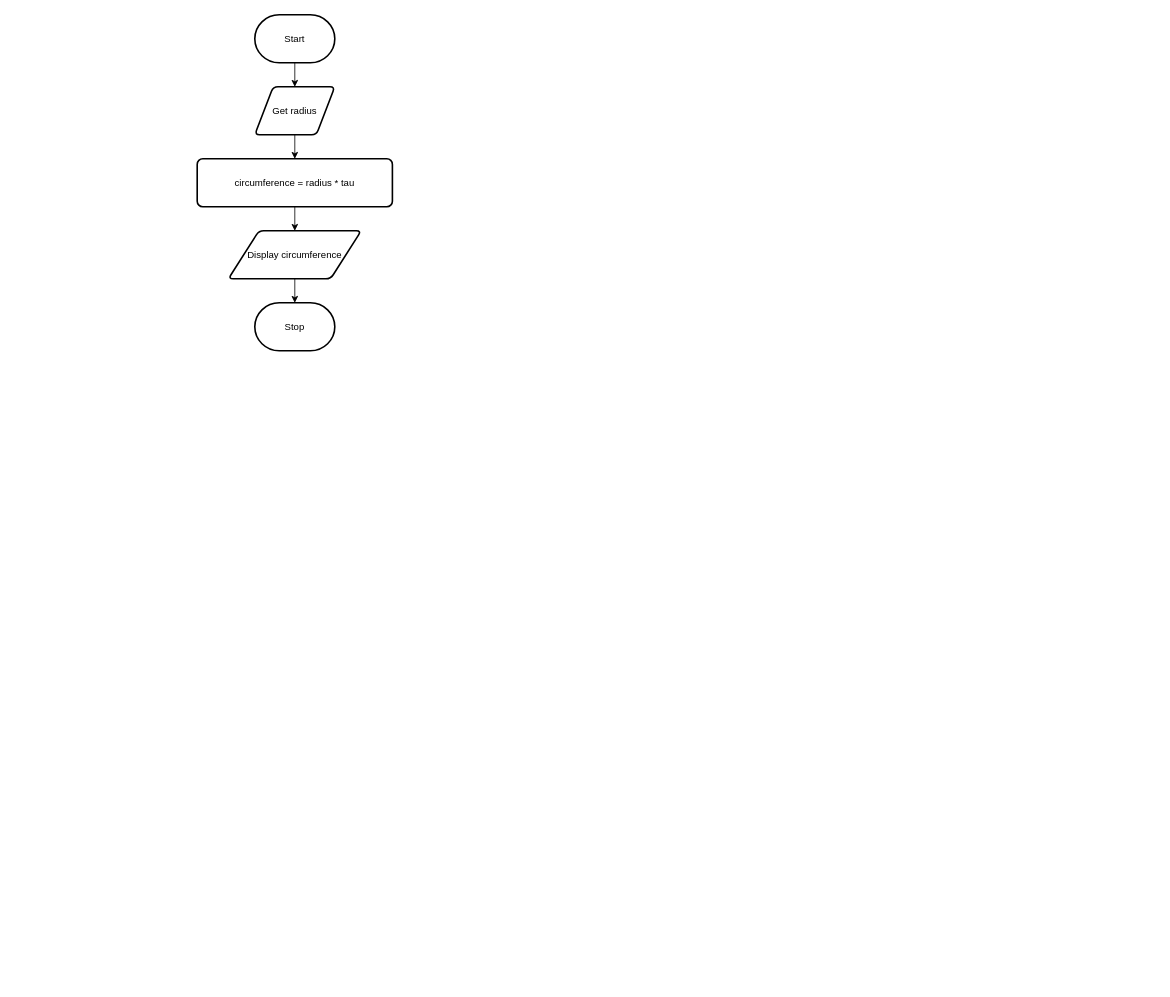
This is page "Flowchart" (1 of 2) of design.drawio from Samuel-Webster-178/ICS3U-Unit5-Unit5-05-Python, a draw.io file, before an edit. Source tidied: cells renumbered, new cells numbered last; positions are measured from the earlier drawing's top-left corner, leaving out a move shared by most shapes. Both pictures are drawn from the tidied source at 80%, with x=0, y=0 at pixel (197, 14).
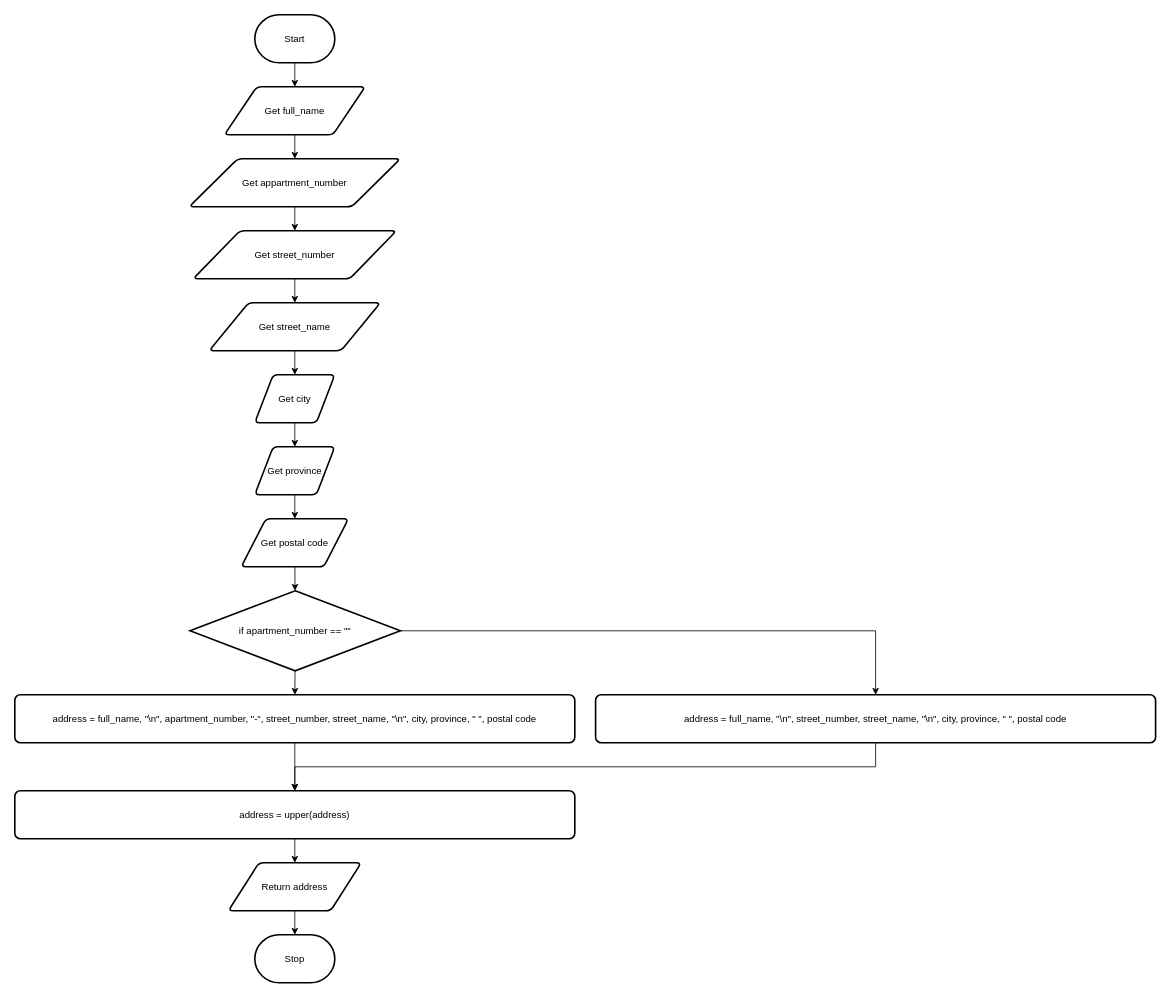
Above is the later version.

What changed in the source:
```diff
@@
-    <mxCell id="4" style="edgeStyle=none;html=1;" parent="1" edge="1" source="5" target="7">
-      <mxGeometry relative="1" as="geometry" />
-    </mxCell>
+    <mxCell id="11" style="edgeStyle=none;html=1;" parent="1" edge="1" source="5" target="14">
+      <mxGeometry relative="1" as="geometry" />
+    </mxCell>
-    <mxCell id="5" value="Get radius" style="shape=parallelogram;html=1;strokeWidth=2;perimeter=parallelogramPerimeter;whiteSpace=wrap;rounded=1;arcSize=12;size=0.23;" parent="1" vertex="1">
-      <mxGeometry x="72" y="90" width="100" height="60" as="geometry" />
+    <mxCell id="5" value="Get full_name" style="shape=parallelogram;html=1;strokeWidth=2;perimeter=parallelogramPerimeter;whiteSpace=wrap;rounded=1;arcSize=12;size=0.23;" parent="1" vertex="1">
+      <mxGeometry x="34" y="90" width="176" height="60" as="geometry" />
     </mxCell>
-    <mxCell id="6" style="edgeStyle=none;html=1;" parent="1" edge="1" source="7" target="9">
-      <mxGeometry relative="1" as="geometry" />
-    </mxCell>
+    <mxCell id="12" style="edgeStyle=orthogonalEdgeStyle;rounded=0;html=1;entryX=0.5;entryY=0;entryDx=0;entryDy=0;" parent="1" edge="1" source="7">
+      <mxGeometry relative="1" as="geometry">
+        <mxPoint x="122" y="970" as="targetPoint" />
+      </mxGeometry>
+    </mxCell>
-    <mxCell id="7" value="circumference = radius * tau" style="rounded=1;whiteSpace=wrap;html=1;absoluteArcSize=1;arcSize=14;strokeWidth=2;" parent="1" vertex="1">
-      <mxGeometry y="180" width="244" height="60" as="geometry" />
+    <mxCell id="7" value="address = full_name, &quot;\n&quot;, apartment_number, &quot;-&quot;, street_number, street_name, &quot;\n&quot;, city, province, &quot; &quot;, postal code" style="rounded=1;whiteSpace=wrap;html=1;absoluteArcSize=1;arcSize=14;strokeWidth=2;" parent="1" vertex="1">
+      <mxGeometry x="-228" y="850" width="700" height="60" as="geometry" />
     </mxCell>
-    <mxCell id="8" style="edgeStyle=none;html=1;" parent="1" edge="1" source="9" target="10">
-      <mxGeometry relative="1" as="geometry" />
+    <mxCell id="8" style="edgeStyle=none;html=1;" parent="1" edge="1">
+      <mxGeometry relative="1" as="geometry">
+        <mxPoint x="122" y="1030" as="sourcePoint" />
+        <mxPoint x="122" y="1060" as="targetPoint" />
+      </mxGeometry>
     </mxCell>
-    <mxCell id="9" value="Display circumference" style="shape=parallelogram;html=1;strokeWidth=2;perimeter=parallelogramPerimeter;whiteSpace=wrap;rounded=1;arcSize=12;size=0.23;" parent="1" vertex="1">
-      <mxGeometry x="39" y="270" width="166" height="60" as="geometry" />
-    </mxCell>
+    <mxCell id="13" style="edgeStyle=none;html=1;" parent="1" edge="1" source="14" target="16">
+      <mxGeometry relative="1" as="geometry" />
+    </mxCell>
+    <mxCell id="14" value="Get appartment_number" style="shape=parallelogram;html=1;strokeWidth=2;perimeter=parallelogramPerimeter;whiteSpace=wrap;rounded=1;arcSize=12;size=0.23;" parent="1" vertex="1">
+      <mxGeometry x="-10" y="180" width="264" height="60" as="geometry" />
+    </mxCell>
+    <mxCell id="15" style="edgeStyle=none;html=1;" parent="1" edge="1" source="16" target="18">
+      <mxGeometry relative="1" as="geometry" />
+    </mxCell>
+    <mxCell id="16" value="Get street_number" style="shape=parallelogram;html=1;strokeWidth=2;perimeter=parallelogramPerimeter;whiteSpace=wrap;rounded=1;arcSize=12;size=0.23;" parent="1" vertex="1">
+      <mxGeometry x="-5" y="270" width="254" height="60" as="geometry" />
+    </mxCell>
+    <mxCell id="17" style="edgeStyle=none;html=1;" parent="1" edge="1" source="18" target="20">
+      <mxGeometry relative="1" as="geometry" />
+    </mxCell>
+    <mxCell id="18" value="Get street_name" style="shape=parallelogram;html=1;strokeWidth=2;perimeter=parallelogramPerimeter;whiteSpace=wrap;rounded=1;arcSize=12;size=0.23;" parent="1" vertex="1">
+      <mxGeometry x="15" y="360" width="214" height="60" as="geometry" />
+    </mxCell>
+    <mxCell id="19" style="edgeStyle=none;html=1;" parent="1" edge="1" source="20" target="22">
+      <mxGeometry relative="1" as="geometry" />
+    </mxCell>
+    <mxCell id="20" value="Get city" style="shape=parallelogram;html=1;strokeWidth=2;perimeter=parallelogramPerimeter;whiteSpace=wrap;rounded=1;arcSize=12;size=0.23;" parent="1" vertex="1">
+      <mxGeometry x="72" y="450" width="100" height="60" as="geometry" />
+    </mxCell>
+    <mxCell id="21" style="edgeStyle=none;html=1;" parent="1" edge="1" source="22" target="24">
+      <mxGeometry relative="1" as="geometry" />
+    </mxCell>
+    <mxCell id="22" value="Get province" style="shape=parallelogram;html=1;strokeWidth=2;perimeter=parallelogramPerimeter;whiteSpace=wrap;rounded=1;arcSize=12;size=0.23;" parent="1" vertex="1">
+      <mxGeometry x="72" y="540" width="100" height="60" as="geometry" />
+    </mxCell>
+    <mxCell id="23" style="edgeStyle=none;html=1;" parent="1" edge="1" source="24" target="29">
+      <mxGeometry relative="1" as="geometry" />
+    </mxCell>
+    <mxCell id="24" value="Get postal code" style="shape=parallelogram;html=1;strokeWidth=2;perimeter=parallelogramPerimeter;whiteSpace=wrap;rounded=1;arcSize=12;size=0.23;" parent="1" vertex="1">
+      <mxGeometry x="55" y="630" width="134" height="60" as="geometry" />
+    </mxCell>
+    <mxCell id="25" style="edgeStyle=orthogonalEdgeStyle;rounded=0;html=1;" parent="1" edge="1" source="26">
+      <mxGeometry relative="1" as="geometry">
+        <mxPoint x="122" y="970" as="targetPoint" />
+        <Array as="points">
+          <mxPoint x="848" y="940" />
+          <mxPoint x="122" y="940" />
+        </Array>
+      </mxGeometry>
+    </mxCell>
+    <mxCell id="26" value="address = full_name, &quot;\n&quot;, street_number, street_name, &quot;\n&quot;, city, province, &quot; &quot;, postal code" style="rounded=1;whiteSpace=wrap;html=1;absoluteArcSize=1;arcSize=14;strokeWidth=2;" parent="1" vertex="1">
+      <mxGeometry x="498" y="850" width="700" height="60" as="geometry" />
+    </mxCell>
+    <mxCell id="27" style="edgeStyle=none;html=1;" parent="1" edge="1" source="29" target="7">
+      <mxGeometry relative="1" as="geometry" />
+    </mxCell>
+    <mxCell id="28" style="edgeStyle=orthogonalEdgeStyle;html=1;entryX=0.5;entryY=0;entryDx=0;entryDy=0;rounded=0;" parent="1" edge="1" source="29" target="26">
+      <mxGeometry relative="1" as="geometry" />
+    </mxCell>
+    <mxCell id="29" value="if apartment_number == &quot;&quot;" style="strokeWidth=2;html=1;shape=mxgraph.flowchart.decision;whiteSpace=wrap;" parent="1" vertex="1">
+      <mxGeometry x="-9" y="720" width="263" height="100" as="geometry" />
+    </mxCell>
+    <mxCell id="30" style="edgeStyle=orthogonalEdgeStyle;rounded=0;html=1;" parent="1" edge="1" source="31" target="10">
+      <mxGeometry relative="1" as="geometry" />
+    </mxCell>
+    <mxCell id="31" value="Return address" style="shape=parallelogram;html=1;strokeWidth=2;perimeter=parallelogramPerimeter;whiteSpace=wrap;rounded=1;arcSize=12;size=0.23;" parent="1" vertex="1">
+      <mxGeometry x="39" y="1060" width="166" height="60" as="geometry" />
+    </mxCell>
     <mxCell id="10" value="Stop" style="strokeWidth=2;html=1;shape=mxgraph.flowchart.terminator;whiteSpace=wrap;" parent="1" vertex="1">
-      <mxGeometry x="72" y="360" width="100" height="60" as="geometry" />
+      <mxGeometry x="72" y="1150" width="100" height="60" as="geometry" />
     </mxCell>
+    <mxCell id="32" value="address = upper(address)" style="rounded=1;whiteSpace=wrap;html=1;absoluteArcSize=1;arcSize=14;strokeWidth=2;" parent="1" vertex="1">
+      <mxGeometry x="-228" y="970" width="700" height="60" as="geometry" />
+    </mxCell>
```
